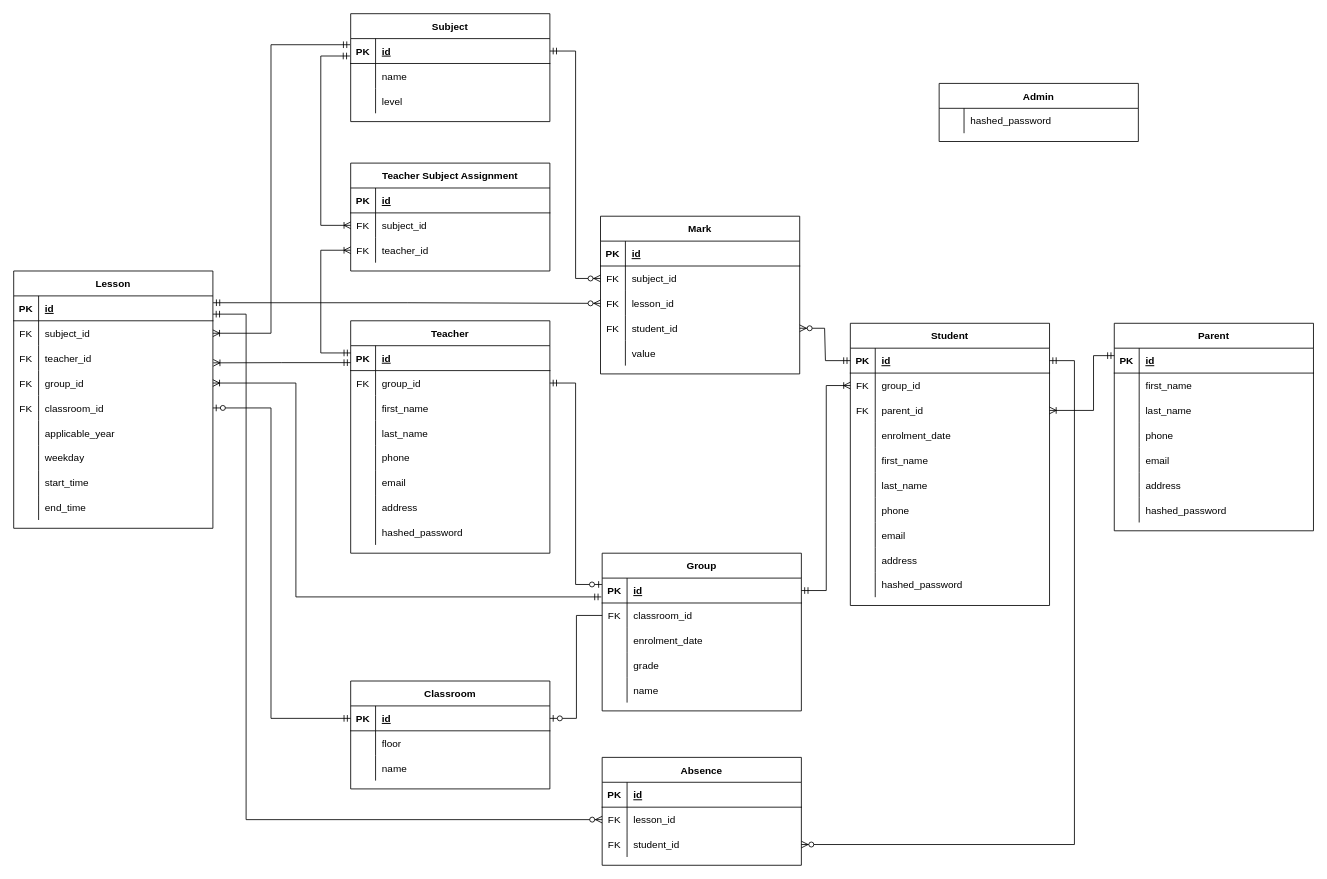
Before: Diagrams/High School DB ERD Diagram.drawio.xml in Gherasim-Andrei-Albert/High-School-App, a draw.io diagram. Source tidied: cells renumbered, new cells numbered last; positions are measured from the earlier drawing's top-left corner, leaving out a move shared by most shapes. Both pictures are drawn from the tidied source at 83%, with x=0, y=0 at pixel (13, 13).
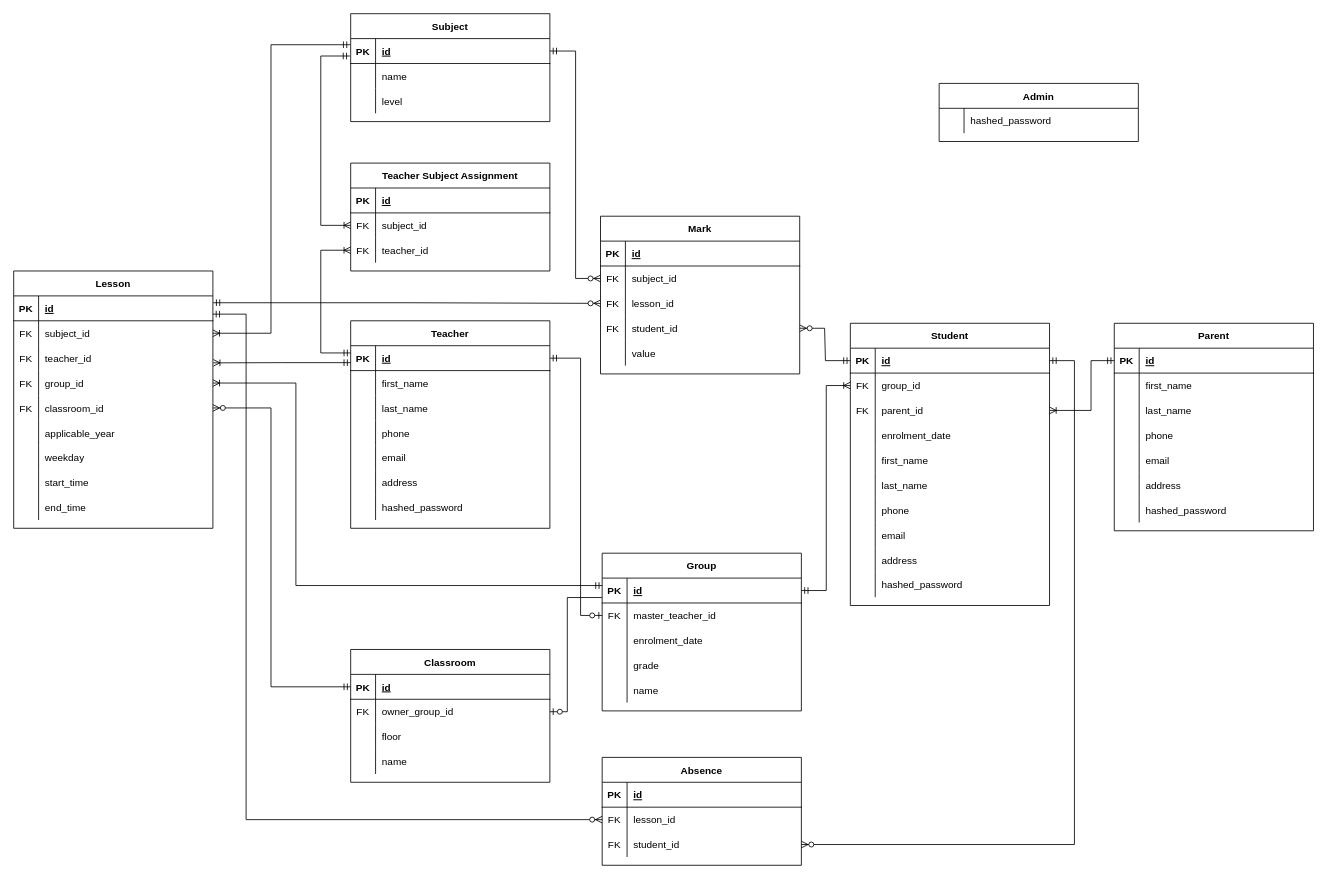
After the change.

Commit message (it also covers changes not shown here):
fixed wrong relationships on DB diagram

Unchanged cells that the change refers to:
```xml
<mxCell id="3" style="shape=partialRectangle;fillColor=none;points=[[0,0.5],[1,0.5]];portConstraint=eastwest;top=0;left=0;right=0;bottom=1;" parent="2" vertex="1">
  <mxGeometry y="30" width="240" height="30" as="geometry" />
</mxCell>
<mxCell id="34" style="shape=partialRectangle;fillColor=none;points=[[0,0.5],[1,0.5]];portConstraint=eastwest;top=0;left=0;right=0;bottom=0;" parent="27" vertex="1">
  <mxGeometry y="90" width="240" height="30" as="geometry" />
</mxCell>
<mxCell id="59" style="shape=partialRectangle;fillColor=none;points=[[0,0.5],[1,0.5]];portConstraint=eastwest;top=0;left=0;right=0;bottom=1;" parent="58" vertex="1">
  <mxGeometry y="30" width="240" height="30" as="geometry" />
</mxCell>
<mxCell id="62" style="shape=partialRectangle;fillColor=none;points=[[0,0.5],[1,0.5]];portConstraint=eastwest;top=0;left=0;right=0;bottom=0;" parent="58" vertex="1">
  <mxGeometry y="60" width="240" height="30" as="geometry" />
</mxCell>
<mxCell id="116" style="shape=partialRectangle;fillColor=none;points=[[0,0.5],[1,0.5]];portConstraint=eastwest;top=0;left=0;right=0;bottom=1;" parent="115" vertex="1">
  <mxGeometry y="30" width="240" height="30" as="geometry" />
</mxCell>
<mxCell id="150" value="group_id" style="shape=partialRectangle;overflow=hidden;fillColor=none;top=0;left=0;bottom=0;right=0;align=left;spacingLeft=6;flipV=1;flipH=1;" parent="148" vertex="1">
  <mxGeometry x="30" width="210" height="30" as="geometry" />
</mxCell>
<mxCell id="151" style="shape=partialRectangle;fillColor=none;points=[[0,0.5],[1,0.5]];portConstraint=eastwest;top=0;left=0;right=0;bottom=0;" parent="138" vertex="1">
  <mxGeometry y="150" width="240" height="30" as="geometry" />
</mxCell>
<mxCell id="183" style="shape=partialRectangle;fillColor=none;points=[[0,0.5],[1,0.5]];portConstraint=eastwest;top=0;left=0;right=0;bottom=1;" parent="182" vertex="1">
  <mxGeometry y="30" width="240" height="30" as="geometry" />
</mxCell>
<mxCell id="186" style="shape=partialRectangle;fillColor=none;top=0;left=0;right=0;bottom=0;" parent="182" vertex="1">
  <mxGeometry y="60" width="240" height="30" as="geometry" />
</mxCell>
```

What changed in the source:
```diff
@@
     <mxCell id="2" value="Teacher" style="shape=table;startSize=30;childLayout=tableLayout;rowLines=0;fontStyle=1;align=center;" parent="1" vertex="1">
-      <mxGeometry x="406" y="370" width="240" height="280" as="geometry" />
+      <mxGeometry x="406" y="370" width="240" height="250" as="geometry" />
     </mxCell>
@@
-    <mxCell id="6" style="shape=partialRectangle;fillColor=none;points=[[0,0.5],[1,0.5]];portConstraint=eastwest;top=0;left=0;right=0;bottom=0;" parent="2" vertex="1">
-      <mxGeometry y="60" width="240" height="30" as="geometry" />
-    </mxCell>
-    <mxCell id="7" value="FK" style="shape=partialRectangle;overflow=hidden;fillColor=none;top=0;left=0;bottom=0;right=0;" parent="6" vertex="1">
-      <mxGeometry width="30" height="30" as="geometry" />
-    </mxCell>
-    <mxCell id="8" value="group_id " style="shape=partialRectangle;overflow=hidden;fillColor=none;top=0;left=0;bottom=0;right=0;align=left;spacingLeft=6;" parent="6" vertex="1">
-      <mxGeometry x="30" width="210" height="30" as="geometry" />
-    </mxCell>
     <mxCell id="9" style="shape=partialRectangle;fillColor=none;top=0;left=0;right=0;bottom=0;" parent="2" vertex="1">
-      <mxGeometry y="90" width="240" height="30" as="geometry" />
+      <mxGeometry y="60" width="240" height="30" as="geometry" />
     </mxCell>
@@
     <mxCell id="12" style="shape=partialRectangle;fillColor=none;top=0;left=0;right=0;bottom=0;" parent="2" vertex="1">
-      <mxGeometry y="120" width="240" height="30" as="geometry" />
+      <mxGeometry y="90" width="240" height="30" as="geometry" />
     </mxCell>
@@
     <mxCell id="15" style="shape=partialRectangle;fillColor=none;top=0;left=0;right=0;bottom=0;" parent="2" vertex="1">
-      <mxGeometry y="150" width="240" height="30" as="geometry" />
+      <mxGeometry y="120" width="240" height="30" as="geometry" />
     </mxCell>
@@
     <mxCell id="18" style="shape=partialRectangle;fillColor=none;top=0;left=0;right=0;bottom=0;" parent="2" vertex="1">
-      <mxGeometry y="180" width="240" height="30" as="geometry" />
+      <mxGeometry y="150" width="240" height="30" as="geometry" />
     </mxCell>
@@
     <mxCell id="21" style="shape=partialRectangle;fillColor=none;top=0;left=0;right=0;bottom=0;" parent="2" vertex="1">
-      <mxGeometry y="210" width="240" height="30" as="geometry" />
+      <mxGeometry y="180" width="240" height="30" as="geometry" />
     </mxCell>
@@
     <mxCell id="24" style="shape=partialRectangle;fillColor=none;top=0;left=0;right=0;bottom=0;" parent="2" vertex="1">
-      <mxGeometry y="240" width="240" height="30" as="geometry" />
+      <mxGeometry y="210" width="240" height="30" as="geometry" />
     </mxCell>
@@
-    <mxCell id="64" value="classroom_id" style="shape=partialRectangle;overflow=hidden;fillColor=none;top=0;left=0;bottom=0;right=0;align=left;spacingLeft=6;" parent="62" vertex="1">
+    <mxCell id="64" value="master_teacher_id" style="shape=partialRectangle;overflow=hidden;fillColor=none;top=0;left=0;bottom=0;right=0;align=left;spacingLeft=6;" parent="62" vertex="1">
       <mxGeometry x="30" width="210" height="30" as="geometry" />
     </mxCell>
@@
-    <mxCell id="137" style="fontSize=12;html=1;endArrow=ERoneToMany;startArrow=ERmandOne;rounded=0;exitX=0;exitY=0.299;exitDx=0;exitDy=0;entryX=1;entryY=0.5;entryDx=0;entryDy=0;edgeStyle=orthogonalEdgeStyle;exitPerimeter=0;" parent="1" edge="1" source="116" target="34">
+    <mxCell id="137" style="fontSize=12;html=1;endArrow=ERoneToMany;startArrow=ERmandOne;rounded=0;entryX=1;entryY=0.5;entryDx=0;entryDy=0;edgeStyle=elbowEdgeStyle;exitX=0;exitY=0.5;exitDx=0;exitDy=0;" parent="1" edge="1" source="116" target="34">
       <mxGeometry relative="1" as="geometry">
         <Array as="points">
-          <mxPoint x="1301" y="412" />
-          <mxPoint x="1301" y="478" />
+          <mxPoint x="1298" y="448" />
         </Array>
       </mxGeometry>
     </mxCell>
@@
-    <mxCell id="168" style="fontSize=12;html=1;endArrow=ERoneToMany;startArrow=ERmandOne;rounded=0;exitX=-0.004;exitY=0.756;exitDx=0;exitDy=0;entryX=1;entryY=0.5;entryDx=0;entryDy=0;edgeStyle=elbowEdgeStyle;exitPerimeter=0;" parent="1" edge="1" source="59" target="150">
+    <mxCell id="168" style="fontSize=12;html=1;endArrow=ERoneToMany;startArrow=ERmandOne;rounded=0;entryX=1;entryY=0.5;entryDx=0;entryDy=0;edgeStyle=elbowEdgeStyle;exitX=0.001;exitY=0.299;exitDx=0;exitDy=0;exitPerimeter=0;" parent="1" edge="1" source="59" target="150">
       <mxGeometry relative="1" as="geometry">
         <Array as="points">
           <mxPoint x="340" y="490" />
           <mxPoint x="320" y="520" />
           <mxPoint x="330" y="520" />
           <mxPoint x="350" y="580" />
         </Array>
       </mxGeometry>
     </mxCell>
@@
     <mxCell id="182" value="Classroom" style="shape=table;startSize=30;childLayout=tableLayout;rowLines=0;fontStyle=1;align=center;" parent="1" vertex="1">
-      <mxGeometry x="406" y="804" width="240" height="130" as="geometry" />
+      <mxGeometry x="406" y="766" width="240" height="160" as="geometry" />
     </mxCell>
@@
-    <mxCell id="187" style="shape=partialRectangle;overflow=hidden;fillColor=none;top=0;left=0;bottom=0;right=0;flipV=1;" parent="186" vertex="1">
+    <mxCell id="187" value="FK" style="shape=partialRectangle;overflow=hidden;fillColor=none;top=0;left=0;bottom=0;right=0;flipV=1;" parent="186" vertex="1">
       <mxGeometry width="30" height="30" as="geometry" />
     </mxCell>
-    <mxCell id="188" value="floor" style="shape=partialRectangle;overflow=hidden;fillColor=none;top=0;left=0;bottom=0;right=0;align=left;spacingLeft=6;flipV=1;flipH=1;" parent="186" vertex="1">
+    <mxCell id="188" value="owner_group_id" style="shape=partialRectangle;overflow=hidden;fillColor=none;top=0;left=0;bottom=0;right=0;align=left;spacingLeft=6;flipV=1;flipH=1;" parent="186" vertex="1">
       <mxGeometry x="30" width="210" height="30" as="geometry" />
     </mxCell>
+    <mxCell id="199" style="shape=partialRectangle;fillColor=none;top=0;left=0;right=0;bottom=0;" parent="182" vertex="1">
+      <mxGeometry y="90" width="240" height="30" as="geometry" />
+    </mxCell>
+    <mxCell id="200" style="shape=partialRectangle;overflow=hidden;fillColor=none;top=0;left=0;bottom=0;right=0;flipV=1;" parent="199" vertex="1">
+      <mxGeometry width="30" height="30" as="geometry" />
+    </mxCell>
+    <mxCell id="201" value="floor" style="shape=partialRectangle;overflow=hidden;fillColor=none;top=0;left=0;bottom=0;right=0;align=left;spacingLeft=6;flipV=1;flipH=1;" parent="199" vertex="1">
+      <mxGeometry x="30" width="210" height="30" as="geometry" />
+    </mxCell>
     <mxCell id="189" style="shape=partialRectangle;fillColor=none;top=0;left=0;right=0;bottom=0;" parent="182" vertex="1">
-      <mxGeometry y="90" width="240" height="30" as="geometry" />
+      <mxGeometry y="120" width="240" height="30" as="geometry" />
     </mxCell>
@@
-    <mxCell id="192" style="edgeStyle=elbowEdgeStyle;fontSize=12;html=1;endArrow=ERzeroToOne;endFill=1;rounded=0;entryX=1;entryY=0.5;entryDx=0;entryDy=0;exitX=0;exitY=0.5;exitDx=0;exitDy=0;" parent="1" edge="1" source="62" target="183">
-      <mxGeometry relative="1" as="geometry" />
+    <mxCell id="192" style="edgeStyle=elbowEdgeStyle;fontSize=12;html=1;endArrow=ERzeroToOne;endFill=1;rounded=0;entryX=1;entryY=0.5;entryDx=0;entryDy=0;exitX=-0.001;exitY=0.781;exitDx=0;exitDy=0;exitPerimeter=0;" parent="1" edge="1" source="59" target="188">
+      <mxGeometry relative="1" as="geometry">
+        <Array as="points">
+          <mxPoint x="667" y="760" />
+        </Array>
+      </mxGeometry>
     </mxCell>
-    <mxCell id="193" style="edgeStyle=elbowEdgeStyle;fontSize=12;html=1;endArrow=ERzeroToOne;startArrow=ERmandOne;rounded=0;exitX=0;exitY=0.5;exitDx=0;exitDy=0;entryX=1;entryY=0.5;entryDx=0;entryDy=0;" parent="1" edge="1" source="183" target="151">
-      <mxGeometry relative="1" as="geometry">
-        <Array as="points">
-          <mxPoint x="310" y="500" />
-          <mxPoint x="300" y="590" />
-        </Array>
-      </mxGeometry>
-    </mxCell>
-    <mxCell id="194" style="edgeStyle=elbowEdgeStyle;fontSize=12;html=1;endArrow=ERzeroToOne;startArrow=ERmandOne;rounded=0;exitX=1;exitY=0.5;exitDx=0;exitDy=0;entryX=-0.001;entryY=0.256;entryDx=0;entryDy=0;entryPerimeter=0;" parent="1" edge="1" source="6" target="59">
-      <mxGeometry relative="1" as="geometry" />
+    <mxCell id="194" style="edgeStyle=elbowEdgeStyle;fontSize=12;html=1;endArrow=ERzeroToOne;startArrow=ERmandOne;rounded=0;exitX=1;exitY=0.5;exitDx=0;exitDy=0;entryX=0;entryY=0.5;entryDx=0;entryDy=0;" parent="1" edge="1" source="3" target="62">
+      <mxGeometry relative="1" as="geometry">
+        <Array as="points">
+          <mxPoint x="683" y="611" />
+          <mxPoint x="691" y="657" />
+          <mxPoint x="678" y="621" />
+          <mxPoint x="686" y="641" />
+        </Array>
+      </mxGeometry>
     </mxCell>
@@
+    <mxCell id="193" style="edgeStyle=elbowEdgeStyle;fontSize=12;html=1;endArrow=ERzeroToMany;startArrow=ERmandOne;rounded=0;exitX=0;exitY=0.5;exitDx=0;exitDy=0;entryX=1;entryY=0.5;entryDx=0;entryDy=0;" parent="1" edge="1" source="183" target="151">
+      <mxGeometry relative="1" as="geometry">
+        <Array as="points">
+          <mxPoint x="310" y="560" />
+          <mxPoint x="310" y="560" />
+          <mxPoint x="314" y="608" />
+          <mxPoint x="307" y="613" />
+        </Array>
+      </mxGeometry>
+    </mxCell>
```
